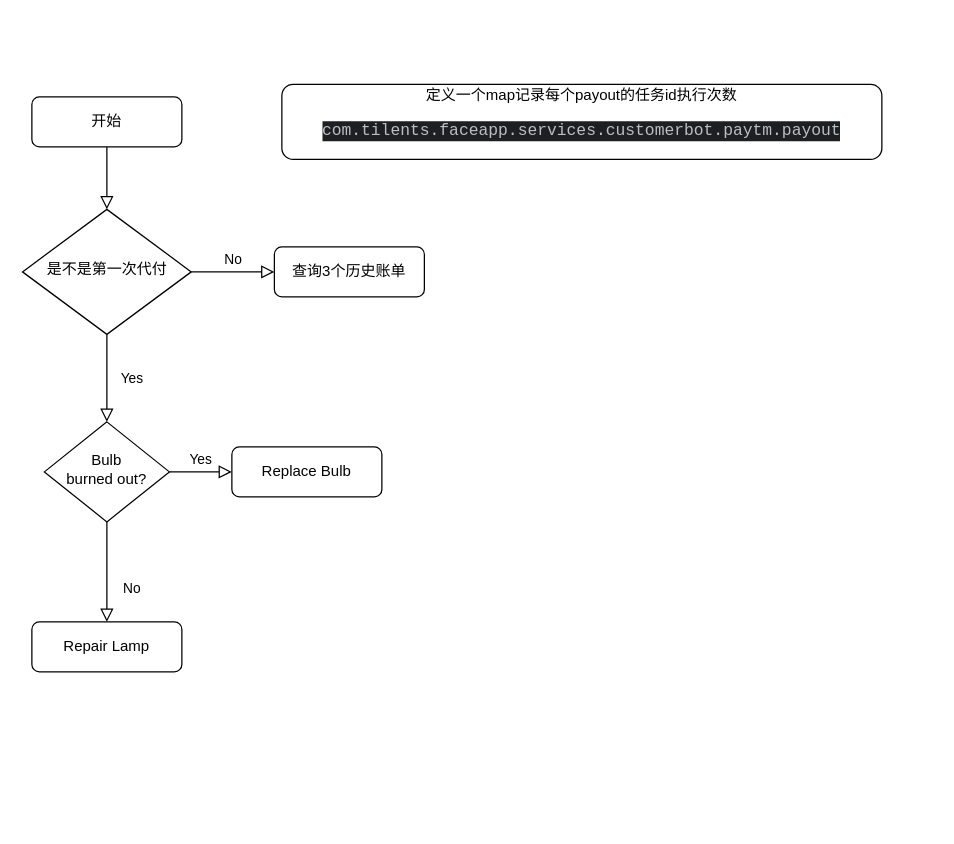
This is Doc/IfeyDoc/Payout/PaytmPayou.drawio from HappinessGlobal/kakadoc, a draw.io file, before an edit. Source tidied: cells renumbered, new cells numbered last; positions are measured from the earlier drawing's top-left corner, leaving out a move shared by most shapes. Both pictures are drawn from the tidied source at 125%, with x=0, y=0 at pixel (21, 84).
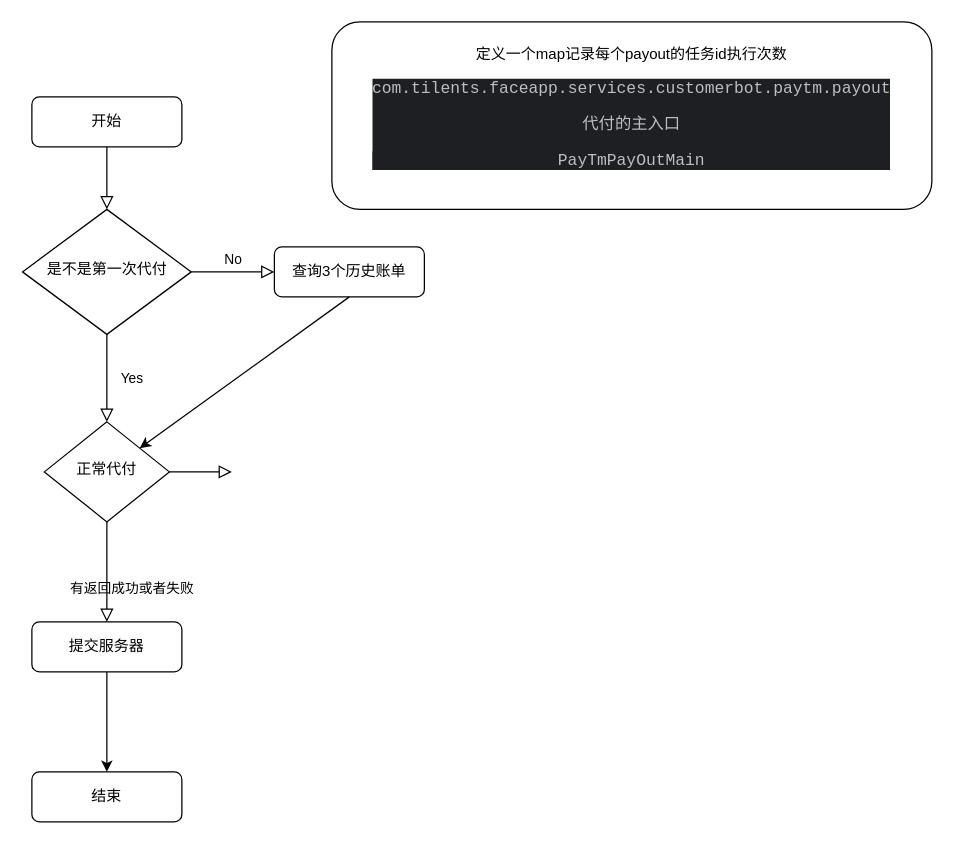
Above is the later version.

Diff of the diagram source:
```diff
@@
 <mxGraphModel>
   <root>
     <mxCell id="0" />
     <mxCell id="1" parent="0" />
     <mxCell id="2" style="rounded=0;html=1;jettySize=auto;fontSize=11;endArrow=block;endFill=0;endSize=8;strokeWidth=1;shadow=0;labelBackgroundColor=none;edgeStyle=orthogonalEdgeStyle;" parent="1" edge="1" source="3" target="6">
       <mxGeometry relative="1" as="geometry" />
     </mxCell>
     <mxCell id="3" value="开始" style="rounded=1;whiteSpace=wrap;html=1;fontSize=12;glass=0;strokeWidth=1;shadow=0;" parent="1" vertex="1">
       <mxGeometry x="8" y="10" width="120" height="40" as="geometry" />
     </mxCell>
     <mxCell id="4" value="Yes" style="rounded=0;html=1;jettySize=auto;fontSize=11;endArrow=block;endFill=0;endSize=8;strokeWidth=1;shadow=0;labelBackgroundColor=none;edgeStyle=orthogonalEdgeStyle;" parent="1" edge="1" source="6" target="10">
       <mxGeometry y="20" relative="1" as="geometry" />
     </mxCell>
     <mxCell id="5" value="No" style="edgeStyle=orthogonalEdgeStyle;rounded=0;html=1;jettySize=auto;fontSize=11;endArrow=block;endFill=0;endSize=8;strokeWidth=1;shadow=0;labelBackgroundColor=none;" parent="1" edge="1" source="6" target="7">
       <mxGeometry y="10" relative="1" as="geometry" />
     </mxCell>
     <mxCell id="6" value="是不是第一次代付" style="rhombus;whiteSpace=wrap;html=1;shadow=0;fontFamily=Helvetica;fontSize=12;align=center;strokeWidth=1;spacing=6;spacingTop=-4;" parent="1" vertex="1">
       <mxGeometry x="0.5" y="100" width="135" height="100" as="geometry" />
     </mxCell>
     <mxCell id="7" value="查询3个历史账单" style="rounded=1;whiteSpace=wrap;html=1;fontSize=12;glass=0;strokeWidth=1;shadow=0;" parent="1" vertex="1">
       <mxGeometry x="202" y="130" width="120" height="40" as="geometry" />
     </mxCell>
-    <mxCell id="8" value="No" style="rounded=0;html=1;jettySize=auto;fontSize=11;endArrow=block;endFill=0;endSize=8;strokeWidth=1;shadow=0;labelBackgroundColor=none;edgeStyle=orthogonalEdgeStyle;" parent="1" edge="1" source="10" target="11">
+    <mxCell id="8" value="有返回成功或者失败" style="rounded=0;html=1;jettySize=auto;fontSize=11;endArrow=block;endFill=0;endSize=8;strokeWidth=1;shadow=0;labelBackgroundColor=none;edgeStyle=orthogonalEdgeStyle;" parent="1" edge="1" source="10" target="11">
       <mxGeometry x="0.33" y="20" relative="1" as="geometry" />
     </mxCell>
-    <mxCell id="9" value="Yes" style="edgeStyle=orthogonalEdgeStyle;rounded=0;html=1;jettySize=auto;fontSize=11;endArrow=block;endFill=0;endSize=8;strokeWidth=1;shadow=0;labelBackgroundColor=none;" parent="1" edge="1" source="10" target="12">
-      <mxGeometry y="10" relative="1" as="geometry" />
+    <mxCell id="9" style="edgeStyle=orthogonalEdgeStyle;rounded=0;html=1;jettySize=auto;fontSize=11;endArrow=block;endFill=0;endSize=8;strokeWidth=1;shadow=0;labelBackgroundColor=none;" parent="1" edge="1" source="10">
+      <mxGeometry y="10" relative="1" as="geometry">
+        <mxPoint x="168" y="310" as="targetPoint" />
+      </mxGeometry>
     </mxCell>
-    <mxCell id="10" value="Bulb&lt;br&gt;burned out?" style="rhombus;whiteSpace=wrap;html=1;shadow=0;fontFamily=Helvetica;fontSize=12;align=center;strokeWidth=1;spacing=6;spacingTop=-4;" parent="1" vertex="1">
+    <mxCell id="10" value="正常代付" style="rhombus;whiteSpace=wrap;html=1;shadow=0;fontFamily=Helvetica;fontSize=12;align=center;strokeWidth=1;spacing=6;spacingTop=-4;" parent="1" vertex="1">
       <mxGeometry x="18" y="270" width="100" height="80" as="geometry" />
     </mxCell>
+    <mxCell id="14" style="edgeStyle=orthogonalEdgeStyle;rounded=0;jettySize=auto;html=1;" parent="1" edge="1" source="11" target="16">
+      <mxGeometry relative="1" as="geometry" />
+    </mxCell>
-    <mxCell id="11" value="Repair Lamp" style="rounded=1;whiteSpace=wrap;html=1;fontSize=12;glass=0;strokeWidth=1;shadow=0;" parent="1" vertex="1">
+    <mxCell id="11" value="提交服务器" style="rounded=1;whiteSpace=wrap;html=1;fontSize=12;glass=0;strokeWidth=1;shadow=0;" parent="1" vertex="1">
       <mxGeometry x="8" y="430" width="120" height="40" as="geometry" />
     </mxCell>
-    <mxCell id="12" value="Replace Bulb" style="rounded=1;whiteSpace=wrap;html=1;fontSize=12;glass=0;strokeWidth=1;shadow=0;" parent="1" vertex="1">
-      <mxGeometry x="168" y="290" width="120" height="40" as="geometry" />
-    </mxCell>
-    <mxCell id="13" value="定义一个map记录每个payout的任务id执行次数&lt;div&gt;&lt;div style=&quot;background-color:#1e1f22;color:#bcbec4&quot;&gt;&lt;pre style=&quot;font-family:'JetBrains Mono',monospace;font-size:9.8pt;&quot;&gt;com.tilents.faceapp.services.customerbot.paytm.payout&lt;/pre&gt;&lt;/div&gt;&lt;/div&gt;" style="rounded=1;whiteSpace=wrap;html=1;glass=0;strokeWidth=1;shadow=0;" parent="1" vertex="1">
-      <mxGeometry x="208" width="480" height="60" as="geometry" />
+    <mxCell id="13" value="定义一个map记录每个payout的任务id执行次数&lt;div&gt;&lt;div style=&quot;background-color: rgb(30, 31, 34); color: rgb(188, 190, 196);&quot;&gt;&lt;pre style=&quot;font-family:'JetBrains Mono',monospace;font-size:9.8pt;&quot;&gt;com.tilents.faceapp.services.customerbot.paytm.payout&lt;/pre&gt;&lt;pre style=&quot;font-family:'JetBrains Mono',monospace;font-size:9.8pt;&quot;&gt;代付的主入口&lt;/pre&gt;&lt;pre style=&quot;font-family:'JetBrains Mono',monospace;font-size:9.8pt;&quot;&gt;&lt;div style=&quot;background-color:#1e1f22;color:#bcbec4&quot;&gt;&lt;pre style=&quot;font-family:'JetBrains Mono',monospace;font-size:9.8pt;&quot;&gt;PayTmPayOutMain&lt;/pre&gt;&lt;/div&gt;&lt;/pre&gt;&lt;/div&gt;&lt;/div&gt;" style="rounded=1;whiteSpace=wrap;html=1;glass=0;strokeWidth=1;shadow=0;" parent="1" vertex="1">
+      <mxGeometry x="248" y="-50" width="480" height="150" as="geometry" />
     </mxCell>
+    <mxCell id="15" style="endArrow=classic;html=1;rounded=0;exitX=0.5;exitY=1;exitDx=0;exitDy=0;" parent="1" edge="1" source="7" target="10">
+      <mxGeometry relative="1" as="geometry" />
+    </mxCell>
+    <mxCell id="16" value="结束" style="rounded=1;whiteSpace=wrap;html=1;fontSize=12;glass=0;strokeWidth=1;shadow=0;" parent="1" vertex="1">
+      <mxGeometry x="8" y="550" width="120" height="40" as="geometry" />
+    </mxCell>
   </root>
 </mxGraphModel>
```
